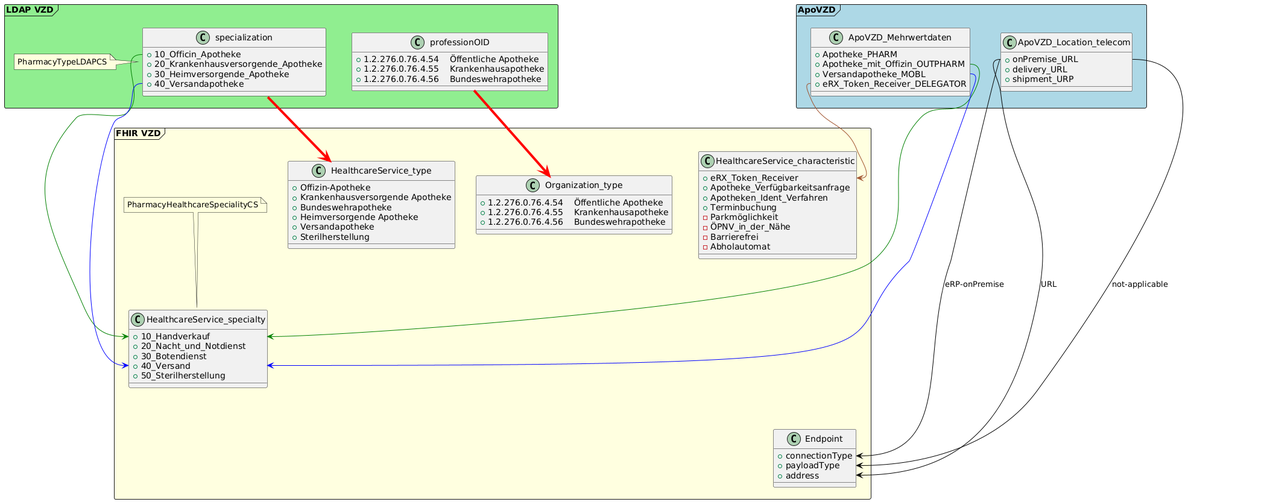
This is images/diagrams/ClassDiagram.LDAP_FHIR_Mapping.png from gematik/api-vzd, a PlantUML export, as it was before one commit.
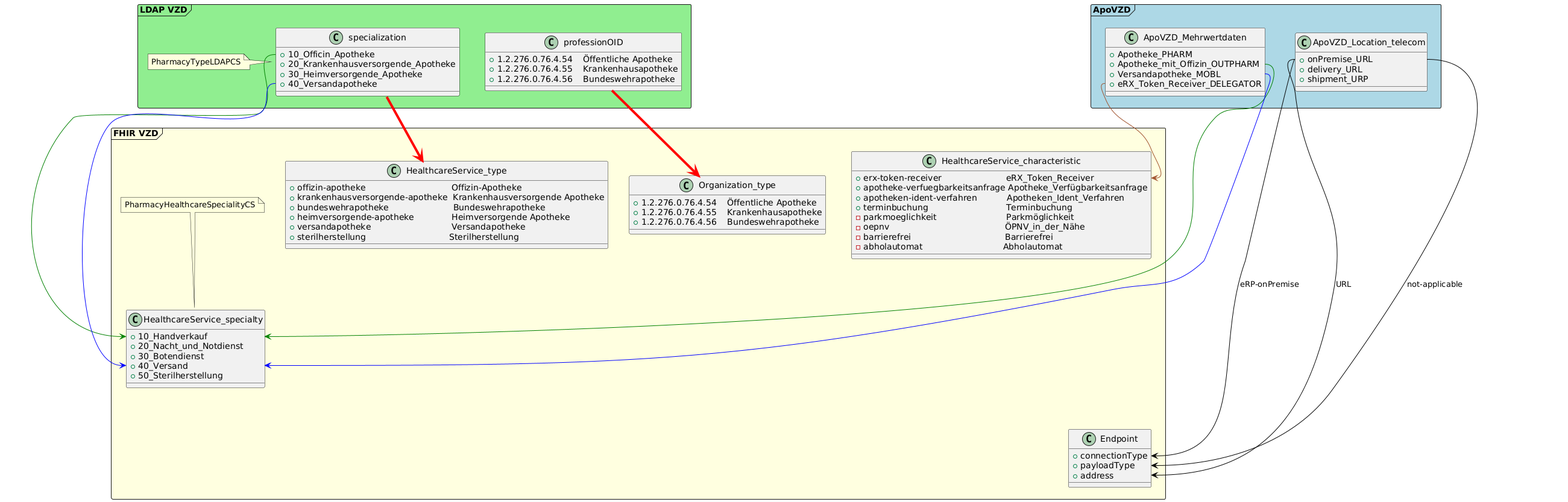
Later version of the same file.

Commit message:
Commit from GitHub Actions (GeneratePlantumlImages)

Change to the diagram source:
```diff
@@ -1,5 +1,4 @@
 @startuml
-
 
 package "LDAP VZD" <<Frame>> #lightgreen {
 class specialization {
@@ -35,12 +34,12 @@
   end note
 
  class HealthcareService_type {
-  + Offizin-Apotheke
-  + Krankenhausversorgende Apotheke
-  + Bundeswehrapotheke
-  + Heimversorgende Apotheke
-  + Versandapotheke
-  + Sterilherstellung
+  + offizin-apotheke                                Offizin-Apotheke
+  + krankenhausversorgende-apotheke  Krankenhausversorgende Apotheke
+  + bundeswehrapotheke                        Bundeswehrapotheke
+  + heimversorgende-apotheke              Heimversorgende Apotheke
+  + versandapotheke                              Versandapotheke
+  + sterilherstellung                               Sterilherstellung
  }
 
  class Organization_type {
@@ -50,14 +49,14 @@
   }
 
  class HealthcareService_characteristic {
-   + eRX_Token_Receiver
-   + Apotheke_Verfügbarkeitsanfrage
-   + Apotheken_Ident_Verfahren
-   + Terminbuchung
-   - Parkmöglichkeit
-   - ÖPNV_in_der_Nähe
-   - Barrierefrei
-   - Abholautomat
+   + erx-token-receiver                        eRX_Token_Receiver
+   + apotheke-verfuegbarkeitsanfrage Apotheke_Verfügbarkeitsanfrage
+   + apotheken-ident-verfahren           Apotheken_Ident_Verfahren
+   + terminbuchung                             Terminbuchung
+   - parkmoeglichkeit                          Parkmöglichkeit
+   - oepnv                                           ÖPNV_in_der_Nähe
+   - barrierefrei                                   Barrierefrei
+   - abholautomat                              Abholautomat
   }
 
   class Endpoint {
```
